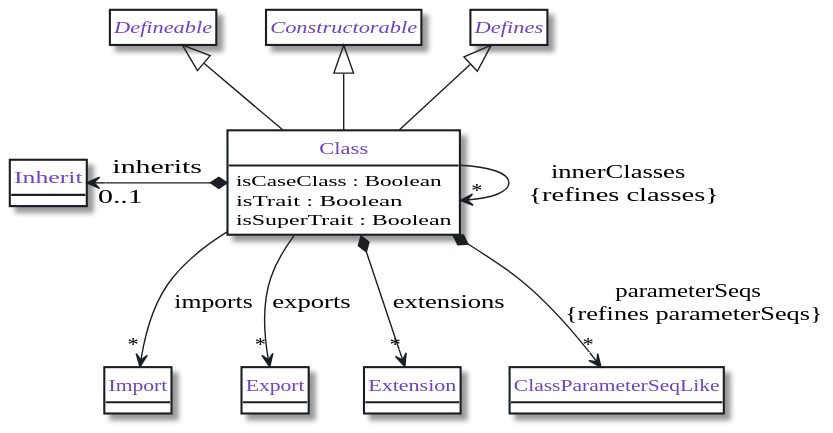
Above: out/scala-meta-model/class.meta/Class.svg in tizuck/scala-uml-diagrams (PlantUML), before the change. The source it was exported from:
```plantuml
@startuml Class

abstract class Defineable
abstract class Constructorable
abstract class Defines

class Class extends Defineable, Constructorable, Defines {
    isCaseClass : Boolean
    isTrait : Boolean
    isSuperTrait : Boolean
}

Class --> "*" Class : innerClasses\n {refines classes}
Class --> "*" Import : imports
Class --> "*" Export : exports
Class *--left> "0..1  " Inherit : inherits
Class *--> "*" Extension : "extensions"
Class *--> "*" ClassParameterSeqLike : parameterSeqs \n{refines parameterSeqs}

hide class circle
hide class methods
hide Defineable members
hide Constructorable members
hide Defines members

skinparam defaultFontName Source Code Pro

skinparam ClassStereotypeFontColor #1b1f23

skinparam class {
    BackgroundColor White
    BorderColor #1b1f23
    ArrowColor #1b1f23
    FontColor #6f42c1
}

skinparam note {
    BackgroundColor White
    BorderColor #1b1f23
    ArrowColor #1b1f23
    FontColor #d73a49
}

skinparam stereotype {
    FontColor #d73a49
}

hide circle
@enduml
```
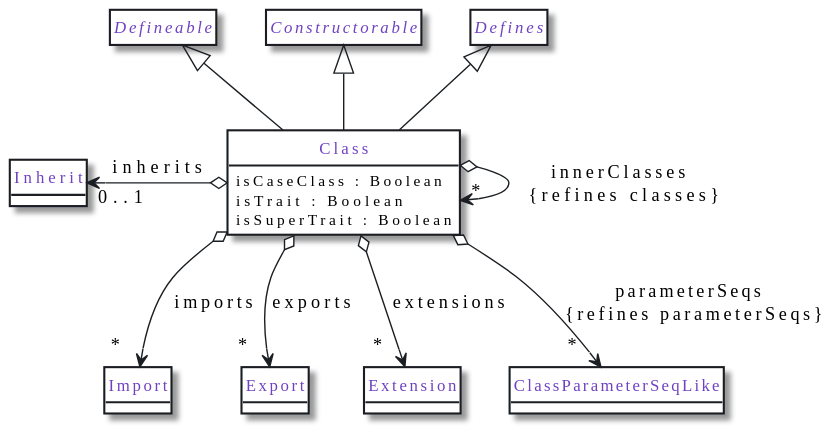
The same file after the commit.

Change to the diagram source:
```diff
@@ -10,12 +10,12 @@
     isSuperTrait : Boolean
 }
 
-Class --> "*" Class : innerClasses\n {refines classes}
-Class --> "*" Import : imports
-Class --> "*" Export : exports
-Class *--left> "0..1  " Inherit : inherits
-Class *--> "*" Extension : "extensions"
-Class *--> "*" ClassParameterSeqLike : parameterSeqs \n{refines parameterSeqs}
+Class o--> "*" Class : innerClasses\n {refines classes}
+Class o--> "  * " Import : imports
+Class o--> "  * " Export : exports
+Class o--left> "0..1  " Inherit : inherits
+Class o--> "  * " Extension : "extensions"
+Class o--> " * " ClassParameterSeqLike : parameterSeqs \n{refines parameterSeqs}
 
 hide class circle
 hide class methods
```
